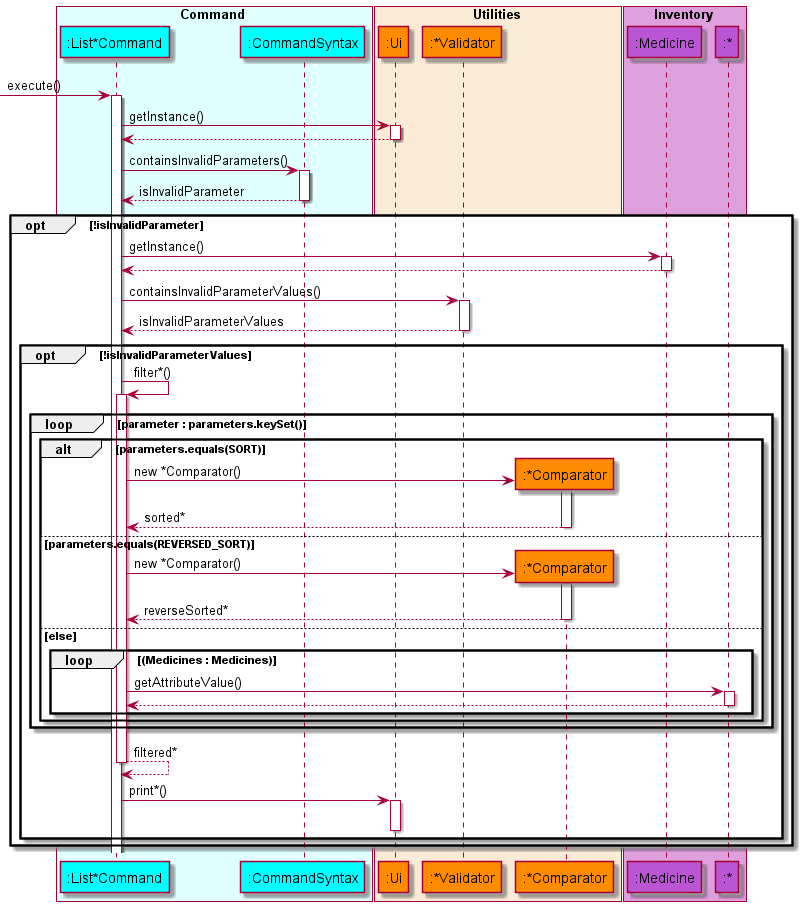
Earlier version of the PlantUML export docs/diagrams/diagram_images/ListSequenceDiagram.png (nus-cs2113-AY2122S1/tp).
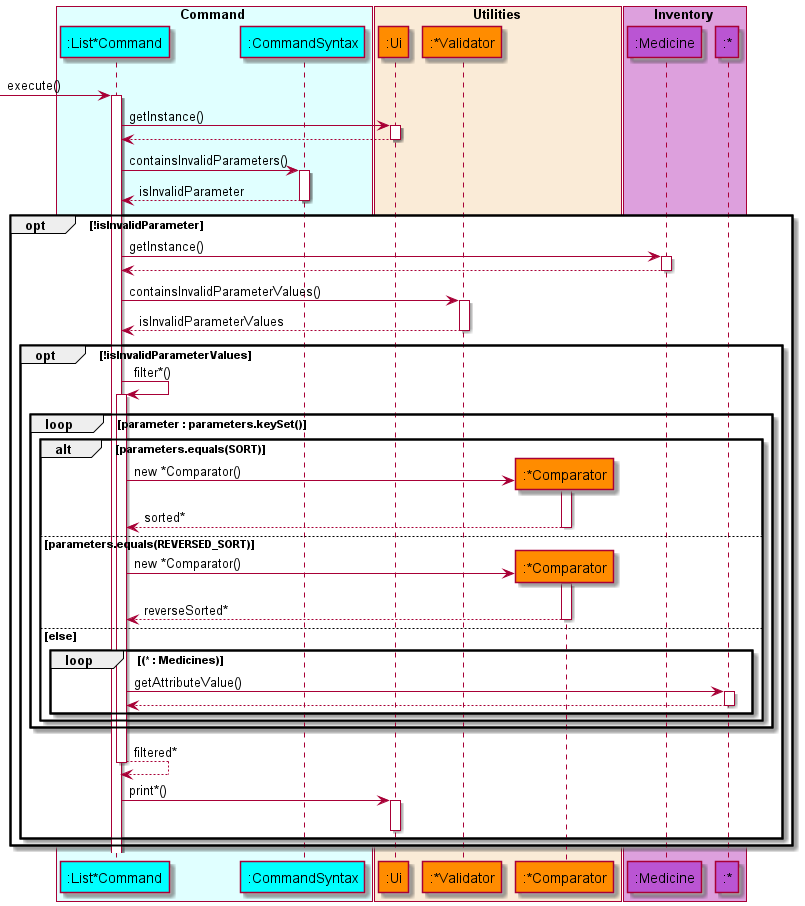
The same file after the commit.

Commit message:
Refactor list dispense and update UG

What changed in the source:
```diff
@@ -48,7 +48,7 @@
                 list <-- comparator : reverseSorted*
                 deactivate comparator
             else else
-                loop (Medicines : Medicines)
+                loop (* : Medicines)
                     list -> object : getAttributeValue()
                     list <-- object
                 end
```
